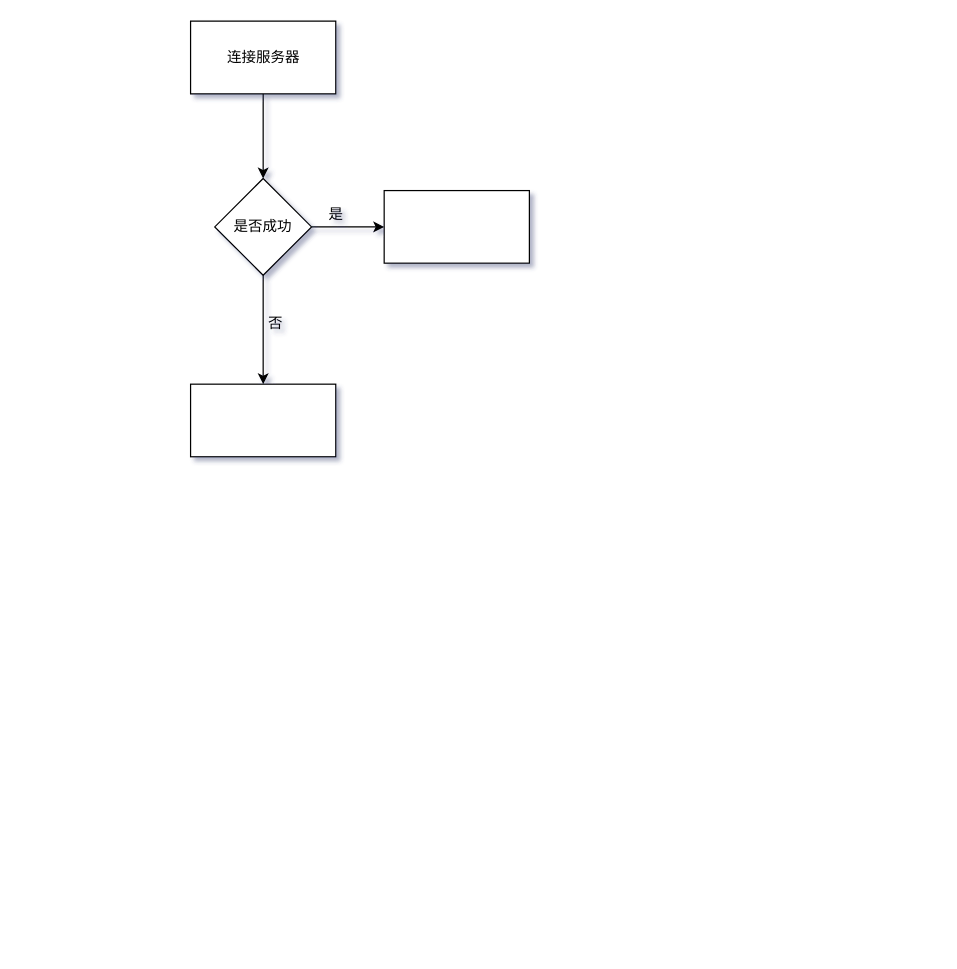
AruNi-01/draw.io-repo keeps this draw.io diagram as 未命名绘图.drawio. Above is the earlier version. Source tidied: cells renumbered, new cells numbered last; positions are measured from the earlier drawing's top-left corner, leaving out a move shared by most shapes. Both pictures are drawn from the tidied source at 121%, with x=0, y=0 at pixel (190, 21).
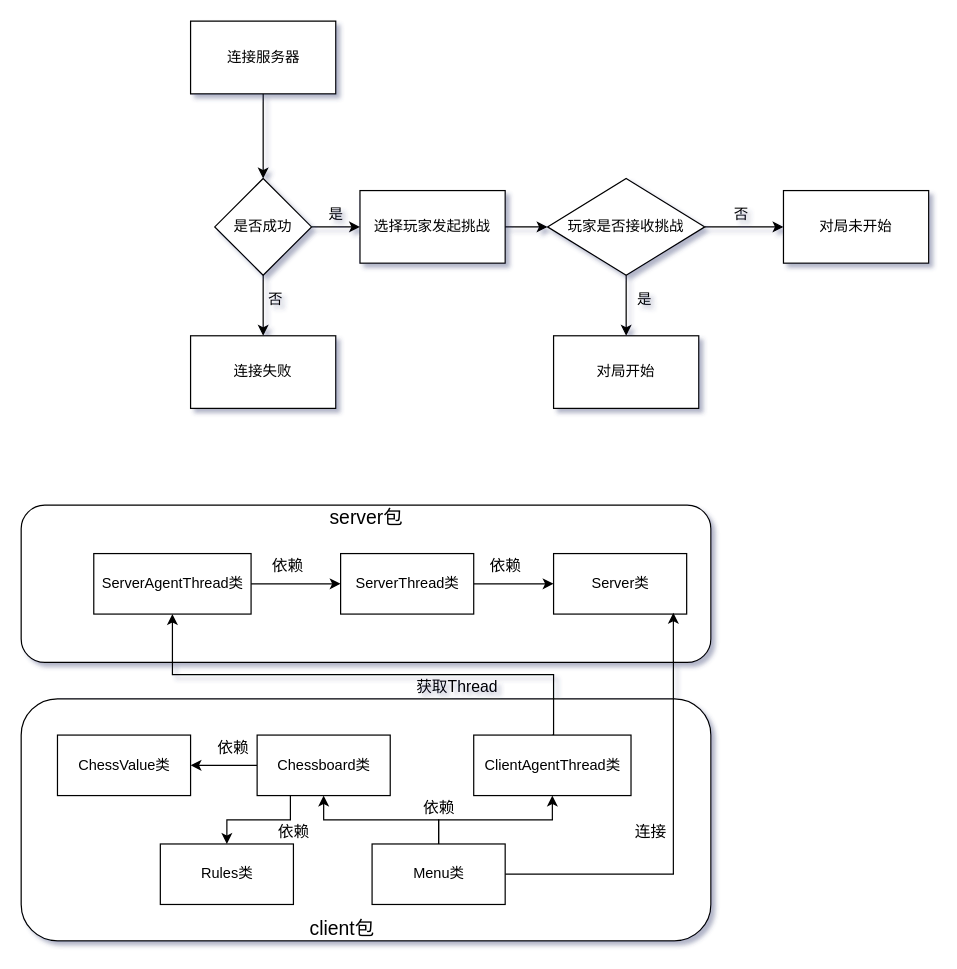
The same page after the edit.

Commit message:
更新未命名绘图.drawio

Diff of the diagram source:
```diff
@@
+    <mxCell id="11" style="rounded=1;whiteSpace=wrap;fontSize=16;" parent="1" vertex="1">
+      <mxGeometry x="-140" y="560" width="570" height="200" as="geometry" />
+    </mxCell>
+    <mxCell id="12" style="rounded=1;whiteSpace=wrap;html=1;" parent="1" vertex="1">
+      <mxGeometry x="-140" y="400" width="570" height="130" as="geometry" />
+    </mxCell>
@@
-    <mxCell id="7" style="whiteSpace=wrap;html=1;strokeWidth=1;" parent="1" vertex="1">
-      <mxGeometry y="300" width="120" height="60" as="geometry" />
+    <mxCell id="7" value="连接失败" style="whiteSpace=wrap;html=1;strokeWidth=1;" parent="1" vertex="1">
+      <mxGeometry y="260" width="120" height="60" as="geometry" />
     </mxCell>
+    <mxCell id="13" style="edgeStyle=orthogonalEdgeStyle;rounded=0;jettySize=auto;html=1;" parent="1" edge="1" source="8" target="16">
+      <mxGeometry relative="1" as="geometry" />
+    </mxCell>
-    <mxCell id="8" style="whiteSpace=wrap;html=1;strokeWidth=1;" parent="1" vertex="1">
-      <mxGeometry x="160" y="140" width="120" height="60" as="geometry" />
+    <mxCell id="8" value="选择玩家发起挑战" style="whiteSpace=wrap;html=1;strokeWidth=1;" parent="1" vertex="1">
+      <mxGeometry x="140" y="140" width="120" height="60" as="geometry" />
     </mxCell>
@@
     <mxCell id="10" value="否" style="text;html=1;align=center;verticalAlign=middle;strokeColor=none;fillColor=none;" parent="1" vertex="1">
-      <mxGeometry x="55" y="240" width="30" height="20" as="geometry" />
+      <mxGeometry x="55" y="220" width="30" height="20" as="geometry" />
     </mxCell>
+    <mxCell id="14" style="edgeStyle=orthogonalEdgeStyle;rounded=0;jettySize=auto;html=1;" parent="1" edge="1" source="16" target="18">
+      <mxGeometry relative="1" as="geometry" />
+    </mxCell>
+    <mxCell id="15" style="edgeStyle=orthogonalEdgeStyle;rounded=0;jettySize=auto;html=1;" parent="1" edge="1" source="16" target="17">
+      <mxGeometry relative="1" as="geometry" />
+    </mxCell>
+    <mxCell id="16" value="玩家是否接收挑战" style="rhombus;whiteSpace=wrap;html=1;strokeWidth=1;" parent="1" vertex="1">
+      <mxGeometry x="295" y="130" width="130" height="80" as="geometry" />
+    </mxCell>
+    <mxCell id="17" value="对局开始" style="whiteSpace=wrap;html=1;strokeWidth=1;" parent="1" vertex="1">
+      <mxGeometry x="300" y="260" width="120" height="60" as="geometry" />
+    </mxCell>
+    <mxCell id="18" value="对局未开始" style="whiteSpace=wrap;html=1;strokeWidth=1;" parent="1" vertex="1">
+      <mxGeometry x="490" y="140" width="120" height="60" as="geometry" />
+    </mxCell>
+    <mxCell id="19" value="否" style="text;html=1;align=center;verticalAlign=middle;strokeColor=none;fillColor=none;" parent="1" vertex="1">
+      <mxGeometry x="440" y="150" width="30" height="20" as="geometry" />
+    </mxCell>
+    <mxCell id="20" value="是" style="text;html=1;align=center;verticalAlign=middle;strokeColor=none;fillColor=none;" parent="1" vertex="1">
+      <mxGeometry x="360" y="220" width="30" height="20" as="geometry" />
+    </mxCell>
+    <mxCell id="21" value="Server类" style="html=1;" parent="1" vertex="1">
+      <mxGeometry x="300" y="440" width="110" height="50" as="geometry" />
+    </mxCell>
+    <mxCell id="22" style="edgeStyle=orthogonalEdgeStyle;rounded=0;jettySize=auto;html=1;entryX=0;entryY=0.5;entryDx=0;entryDy=0;fontSize=16;" parent="1" edge="1" source="23" target="21">
+      <mxGeometry relative="1" as="geometry" />
+    </mxCell>
+    <mxCell id="23" value="ServerThread类" style="html=1;" parent="1" vertex="1">
+      <mxGeometry x="124" y="440" width="110" height="50" as="geometry" />
+    </mxCell>
+    <mxCell id="24" style="edgeStyle=orthogonalEdgeStyle;rounded=0;jettySize=auto;html=1;fontSize=16;exitX=0;exitY=0.5;exitDx=0;exitDy=0;" parent="1" edge="1" source="26" target="25">
+      <mxGeometry relative="1" as="geometry" />
+    </mxCell>
+    <mxCell id="25" value="&lt;span lang=&quot;EN-US&quot;&gt;ChessValue&lt;/span&gt;&lt;span&gt;类&lt;/span&gt;" style="html=1;" parent="1" vertex="1">
+      <mxGeometry x="-110" y="590" width="110" height="50" as="geometry" />
+    </mxCell>
+    <mxCell id="26" value="&lt;span lang=&quot;EN-US&quot;&gt;Chessboard&lt;/span&gt;&lt;span&gt;类&lt;/span&gt;" style="html=1;" parent="1" vertex="1">
+      <mxGeometry x="55" y="590" width="110" height="50" as="geometry" />
+    </mxCell>
+    <mxCell id="27" style="edgeStyle=orthogonalEdgeStyle;rounded=0;jettySize=auto;html=1;fontSize=16;" parent="1" edge="1" source="30" target="26">
+      <mxGeometry relative="1" as="geometry" />
+    </mxCell>
+    <mxCell id="28" style="edgeStyle=orthogonalEdgeStyle;rounded=0;jettySize=auto;html=1;entryX=0.5;entryY=1;entryDx=0;entryDy=0;fontSize=16;" parent="1" edge="1" source="30" target="32">
+      <mxGeometry relative="1" as="geometry" />
+    </mxCell>
+    <mxCell id="29" style="edgeStyle=orthogonalEdgeStyle;rounded=0;jettySize=auto;html=1;fontSize=13;entryX=0.9;entryY=0.98;entryDx=0;entryDy=0;entryPerimeter=0;" parent="1" edge="1" source="30" target="21">
+      <mxGeometry relative="1" as="geometry" />
+    </mxCell>
+    <mxCell id="30" value="&lt;span lang=&quot;EN-US&quot;&gt;Menu&lt;/span&gt;类" style="html=1;" parent="1" vertex="1">
+      <mxGeometry x="150" y="680" width="110" height="50" as="geometry" />
+    </mxCell>
+    <mxCell id="31" style="edgeStyle=orthogonalEdgeStyle;rounded=0;jettySize=auto;html=1;fontSize=13;entryX=0.5;entryY=1;entryDx=0;entryDy=0;exitX=0.5;exitY=0;exitDx=0;exitDy=0;" parent="1" edge="1" source="32" target="34">
+      <mxGeometry relative="1" as="geometry">
+        <Array as="points">
+          <mxPoint x="300" y="590" />
+          <mxPoint x="300" y="540" />
+          <mxPoint x="-15" y="540" />
+        </Array>
+      </mxGeometry>
+    </mxCell>
+    <mxCell id="32" value="&lt;span lang=&quot;EN-US&quot;&gt;ClientAgentThread&lt;/span&gt;&lt;span&gt;类&lt;/span&gt;" style="html=1;" parent="1" vertex="1">
+      <mxGeometry x="234" y="590" width="130" height="50" as="geometry" />
+    </mxCell>
+    <mxCell id="33" style="edgeStyle=orthogonalEdgeStyle;rounded=0;jettySize=auto;html=1;entryX=0;entryY=0.5;entryDx=0;entryDy=0;fontSize=16;" parent="1" edge="1" source="34" target="23">
+      <mxGeometry relative="1" as="geometry" />
+    </mxCell>
+    <mxCell id="34" value="ServerAgentThread类" style="html=1;" parent="1" vertex="1">
+      <mxGeometry x="-80" y="440" width="130" height="50" as="geometry" />
+    </mxCell>
+    <mxCell id="35" style="edgeStyle=orthogonalEdgeStyle;rounded=0;jettySize=auto;html=1;fontSize=16;exitX=0.25;exitY=1;exitDx=0;exitDy=0;" parent="1" edge="1" source="26" target="36">
+      <mxGeometry relative="1" as="geometry" />
+    </mxCell>
+    <mxCell id="36" value="&lt;span lang=&quot;EN-US&quot;&gt;Rules&lt;/span&gt;&lt;span&gt;类&lt;/span&gt;" style="html=1;" parent="1" vertex="1">
+      <mxGeometry x="-25" y="680" width="110" height="50" as="geometry" />
+    </mxCell>
+    <mxCell id="37" value="server包" style="text;html=1;align=center;verticalAlign=middle;strokeColor=none;fillColor=none;fontSize=16;" parent="1" vertex="1">
+      <mxGeometry x="105" y="400" width="80" height="20" as="geometry" />
+    </mxCell>
+    <mxCell id="38" value="client包" style="text;html=1;align=center;verticalAlign=middle;strokeColor=none;fillColor=none;fontSize=16;" parent="1" vertex="1">
+      <mxGeometry x="90" y="740" width="70" height="20" as="geometry" />
+    </mxCell>
+    <mxCell id="39" value="依赖" style="text;html=1;align=center;verticalAlign=middle;strokeColor=none;fillColor=none;fontSize=13;" parent="1" vertex="1">
+      <mxGeometry x="60" y="440" width="40" height="20" as="geometry" />
+    </mxCell>
+    <mxCell id="40" value="依赖" style="text;html=1;align=center;verticalAlign=middle;strokeColor=none;fillColor=none;fontSize=13;" parent="1" vertex="1">
+      <mxGeometry x="240" y="440" width="40" height="20" as="geometry" />
+    </mxCell>
+    <mxCell id="41" value="依赖" style="text;html=1;align=center;verticalAlign=middle;strokeColor=none;fillColor=none;fontSize=13;" parent="1" vertex="1">
+      <mxGeometry x="185" y="640" width="40" height="20" as="geometry" />
+    </mxCell>
+    <mxCell id="42" value="依赖" style="text;html=1;align=center;verticalAlign=middle;strokeColor=none;fillColor=none;fontSize=13;" parent="1" vertex="1">
+      <mxGeometry x="65" y="660" width="40" height="20" as="geometry" />
+    </mxCell>
+    <mxCell id="43" value="依赖" style="text;html=1;align=center;verticalAlign=middle;strokeColor=none;fillColor=none;fontSize=13;" parent="1" vertex="1">
+      <mxGeometry x="15" y="590" width="40" height="20" as="geometry" />
+    </mxCell>
+    <mxCell id="44" value="连接" style="text;html=1;align=center;verticalAlign=middle;strokeColor=none;fillColor=none;fontSize=13;" parent="1" vertex="1">
+      <mxGeometry x="360" y="660" width="40" height="20" as="geometry" />
+    </mxCell>
+    <mxCell id="45" value="获取Thread" style="text;html=1;align=center;verticalAlign=middle;strokeColor=none;fillColor=none;fontSize=13;" parent="1" vertex="1">
+      <mxGeometry x="180" y="540" width="80" height="20" as="geometry" />
+    </mxCell>
```
